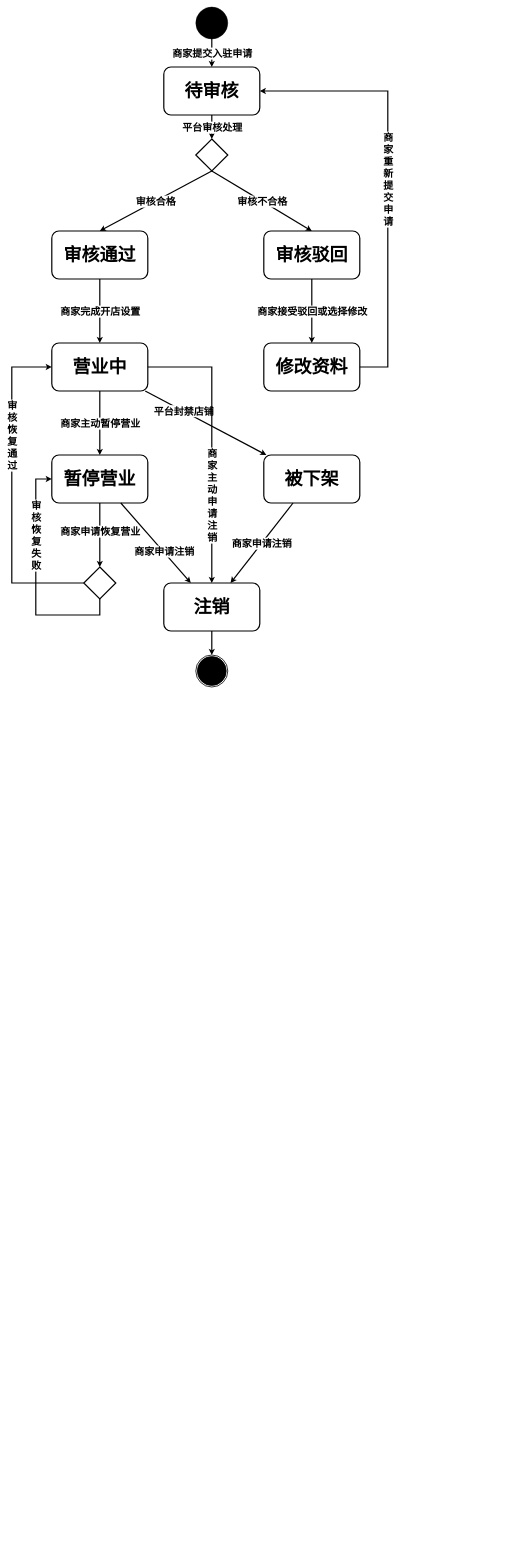
Before: 订单状态机图.drawio in motewei/DrawingBed, a draw.io diagram. Source tidied: cells renumbered, new cells numbered last; positions are measured from the earlier drawing's top-left corner, leaving out a move shared by most shapes. Both pictures are drawn from the tidied source at 40%, with x=0, y=0 at pixel (12, 7).
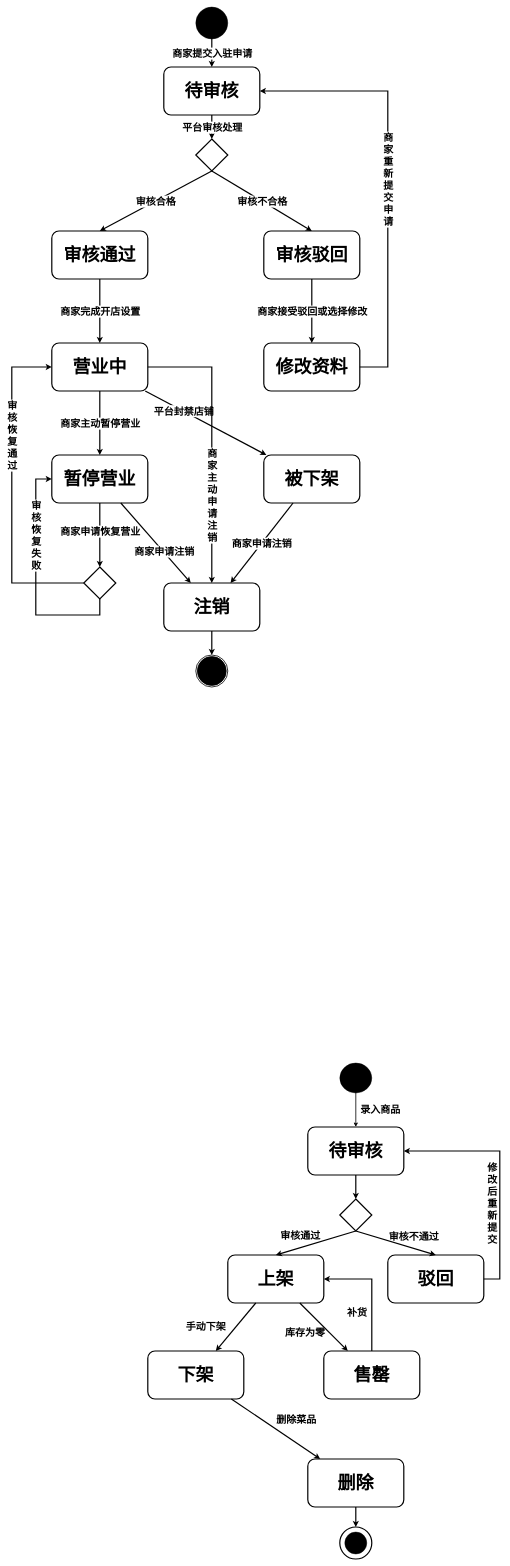
The same diagram, later.

Commit message:
更新商品状态机图.drawio

Change to the diagram source:
```diff
@@
+    <mxCell id="45" style="edgeStyle=orthogonalEdgeStyle;rounded=0;jettySize=auto;html=1;strokeWidth=2;" parent="1" edge="1" source="47" target="50">
+      <mxGeometry relative="1" as="geometry" />
+    </mxCell>
+    <mxCell id="46" value="录入商品" style="edgeLabel;html=1;align=center;verticalAlign=middle;fontSize=25;fontFamily=黑体;fontStyle=1;" parent="45" vertex="1">
+      <mxGeometry x="-0.2" relative="1" as="geometry">
+        <mxPoint x="60" y="5" as="offset" />
+      </mxGeometry>
+    </mxCell>
+    <mxCell id="47" style="ellipse;fillColor=strokeColor;html=1;" parent="1" vertex="1">
+      <mxGeometry x="820" y="2640" width="80" height="75" as="geometry" />
+    </mxCell>
+    <mxCell id="48" style="ellipse;whiteSpace=wrap;html=1;strokeWidth=3;" parent="1" vertex="1">
+      <mxGeometry x="820" y="3800" width="80" height="80" as="geometry" />
+    </mxCell>
+    <mxCell id="49" style="ellipse;fillColor=strokeColor;html=1;" parent="1" vertex="1">
+      <mxGeometry x="832.5" y="3812.5" width="55" height="55" as="geometry" />
+    </mxCell>
+    <mxCell id="50" value="待审核" style="rounded=1;whiteSpace=wrap;html=1;fontSize=45;fontFamily=黑体;fontStyle=1;strokeWidth=3;" parent="1" vertex="1">
+      <mxGeometry x="740" y="2800" width="240" height="120" as="geometry" />
+    </mxCell>
+    <mxCell id="51" value="驳回" style="rounded=1;whiteSpace=wrap;html=1;fontSize=45;fontFamily=黑体;fontStyle=1;strokeWidth=3;" parent="1" vertex="1">
+      <mxGeometry x="940" y="3120" width="240" height="120" as="geometry" />
+    </mxCell>
+    <mxCell id="52" value="上架" style="rounded=1;whiteSpace=wrap;html=1;fontSize=45;fontFamily=黑体;fontStyle=1;strokeWidth=3;" parent="1" vertex="1">
+      <mxGeometry x="540" y="3120" width="240" height="120" as="geometry" />
+    </mxCell>
+    <mxCell id="53" style="edgeStyle=orthogonalEdgeStyle;rounded=0;jettySize=auto;html=1;strokeWidth=3;" parent="1" edge="1" source="54" target="52">
+      <mxGeometry relative="1" as="geometry">
+        <Array as="points">
+          <mxPoint x="900" y="3180" />
+        </Array>
+      </mxGeometry>
+    </mxCell>
+    <mxCell id="54" value="售罄" style="rounded=1;whiteSpace=wrap;html=1;fontSize=45;fontFamily=黑体;fontStyle=1;strokeWidth=3;" parent="1" vertex="1">
+      <mxGeometry x="780" y="3360" width="240" height="120" as="geometry" />
+    </mxCell>
+    <mxCell id="55" value="下架" style="rounded=1;whiteSpace=wrap;html=1;fontSize=45;fontFamily=黑体;fontStyle=1;strokeWidth=3;" parent="1" vertex="1">
+      <mxGeometry x="340" y="3360" width="240" height="120" as="geometry" />
+    </mxCell>
+    <mxCell id="56" style="edgeStyle=orthogonalEdgeStyle;rounded=0;jettySize=auto;html=1;strokeWidth=3;" parent="1" edge="1" source="57">
+      <mxGeometry relative="1" as="geometry">
+        <mxPoint x="860" y="3800" as="targetPoint" />
+      </mxGeometry>
+    </mxCell>
+    <mxCell id="57" value="删除" style="rounded=1;whiteSpace=wrap;html=1;fontSize=45;fontFamily=黑体;fontStyle=1;strokeWidth=3;" parent="1" vertex="1">
+      <mxGeometry x="740" y="3630" width="240" height="120" as="geometry" />
+    </mxCell>
+    <mxCell id="58" style="rhombus;whiteSpace=wrap;html=1;strokeWidth=3;" parent="1" vertex="1">
+      <mxGeometry x="820" y="2980" width="80" height="80" as="geometry" />
+    </mxCell>
+    <mxCell id="59" style="endArrow=classic;html=1;rounded=0;strokeWidth=3;" parent="1" edge="1" source="50" target="58">
+      <mxGeometry relative="1" as="geometry" />
+    </mxCell>
+    <mxCell id="60" style="endArrow=classic;html=1;rounded=0;strokeWidth=3;exitX=0.5;exitY=1;exitDx=0;exitDy=0;entryX=0.5;entryY=0;entryDx=0;entryDy=0;" parent="1" edge="1" source="58" target="51">
+      <mxGeometry relative="1" as="geometry" />
+    </mxCell>
+    <mxCell id="61" style="endArrow=classic;html=1;rounded=0;strokeWidth=3;exitX=0.5;exitY=1;exitDx=0;exitDy=0;entryX=0.5;entryY=0;entryDx=0;entryDy=0;" parent="1" edge="1" source="58" target="52">
+      <mxGeometry relative="1" as="geometry" />
+    </mxCell>
+    <mxCell id="62" style="endArrow=classic;html=1;rounded=0;strokeWidth=3;" parent="1" edge="1" source="52" target="55">
+      <mxGeometry relative="1" as="geometry" />
+    </mxCell>
+    <mxCell id="63" style="endArrow=classic;html=1;rounded=0;strokeWidth=3;" parent="1" edge="1" source="52" target="54">
+      <mxGeometry relative="1" as="geometry" />
+    </mxCell>
+    <mxCell id="64" style="endArrow=classic;html=1;rounded=0;strokeWidth=3;" parent="1" edge="1" source="51" target="50">
+      <mxGeometry relative="1" as="geometry">
+        <Array as="points">
+          <mxPoint x="1220" y="3180" />
+          <mxPoint x="1220" y="3020" />
+          <mxPoint x="1220" y="2860" />
+        </Array>
+      </mxGeometry>
+    </mxCell>
+    <mxCell id="65" style="endArrow=classic;html=1;rounded=0;strokeWidth=3;" parent="1" edge="1" source="55" target="57">
+      <mxGeometry relative="1" as="geometry" />
+    </mxCell>
+    <mxCell id="66" value="审核不通过" style="edgeLabel;html=1;align=center;verticalAlign=middle;fontSize=25;fontFamily=黑体;fontStyle=1;labelBackgroundColor=none;" parent="1" vertex="1">
+      <mxGeometry x="1000" y="3070" as="geometry">
+        <mxPoint x="4" y="2" as="offset" />
+      </mxGeometry>
+    </mxCell>
+    <mxCell id="67" value="审核通过" style="edgeLabel;html=1;align=center;verticalAlign=middle;fontSize=25;fontFamily=黑体;fontStyle=1;labelBackgroundColor=none;" parent="1" vertex="1">
+      <mxGeometry x="720" y="3070" as="geometry" />
+    </mxCell>
+    <mxCell id="68" value="修&lt;div&gt;改&lt;/div&gt;&lt;div&gt;后&lt;/div&gt;&lt;div&gt;重&lt;/div&gt;&lt;div&gt;新&lt;/div&gt;&lt;div&gt;提&lt;/div&gt;&lt;div&gt;交&lt;/div&gt;" style="edgeLabel;html=1;align=center;verticalAlign=middle;fontSize=25;fontFamily=黑体;fontStyle=1;labelBackgroundColor=none;" parent="1" vertex="1">
+      <mxGeometry x="1200" y="2990" as="geometry" />
+    </mxCell>
+    <mxCell id="69" value="补货" style="edgeLabel;html=1;align=center;verticalAlign=middle;fontSize=25;fontFamily=黑体;fontStyle=1;labelBackgroundColor=none;" parent="1" vertex="1">
+      <mxGeometry x="700" y="3310" as="geometry">
+        <mxPoint x="162" y="-49" as="offset" />
+      </mxGeometry>
+    </mxCell>
+    <mxCell id="70" value="手动下架" style="edgeLabel;html=1;align=center;verticalAlign=middle;fontSize=25;fontFamily=黑体;fontStyle=1;labelBackgroundColor=none;rotation=0;" parent="1" vertex="1">
+      <mxGeometry x="490" y="3300" as="geometry">
+        <mxPoint x="-6" y="-4" as="offset" />
+      </mxGeometry>
+    </mxCell>
+    <mxCell id="71" value="删除菜品" style="edgeLabel;html=1;align=center;verticalAlign=middle;fontSize=25;fontFamily=黑体;fontStyle=1;labelBackgroundColor=none;" parent="1" vertex="1">
+      <mxGeometry x="710" y="3530" as="geometry" />
+    </mxCell>
+    <mxCell id="72" value="库存为零" style="edgeLabel;html=1;align=center;verticalAlign=middle;fontSize=25;fontFamily=黑体;fontStyle=1;labelBackgroundColor=none;" parent="1" vertex="1">
+      <mxGeometry x="740" y="3320" as="geometry">
+        <mxPoint x="-8" y="-8" as="offset" />
+      </mxGeometry>
+    </mxCell>
```
